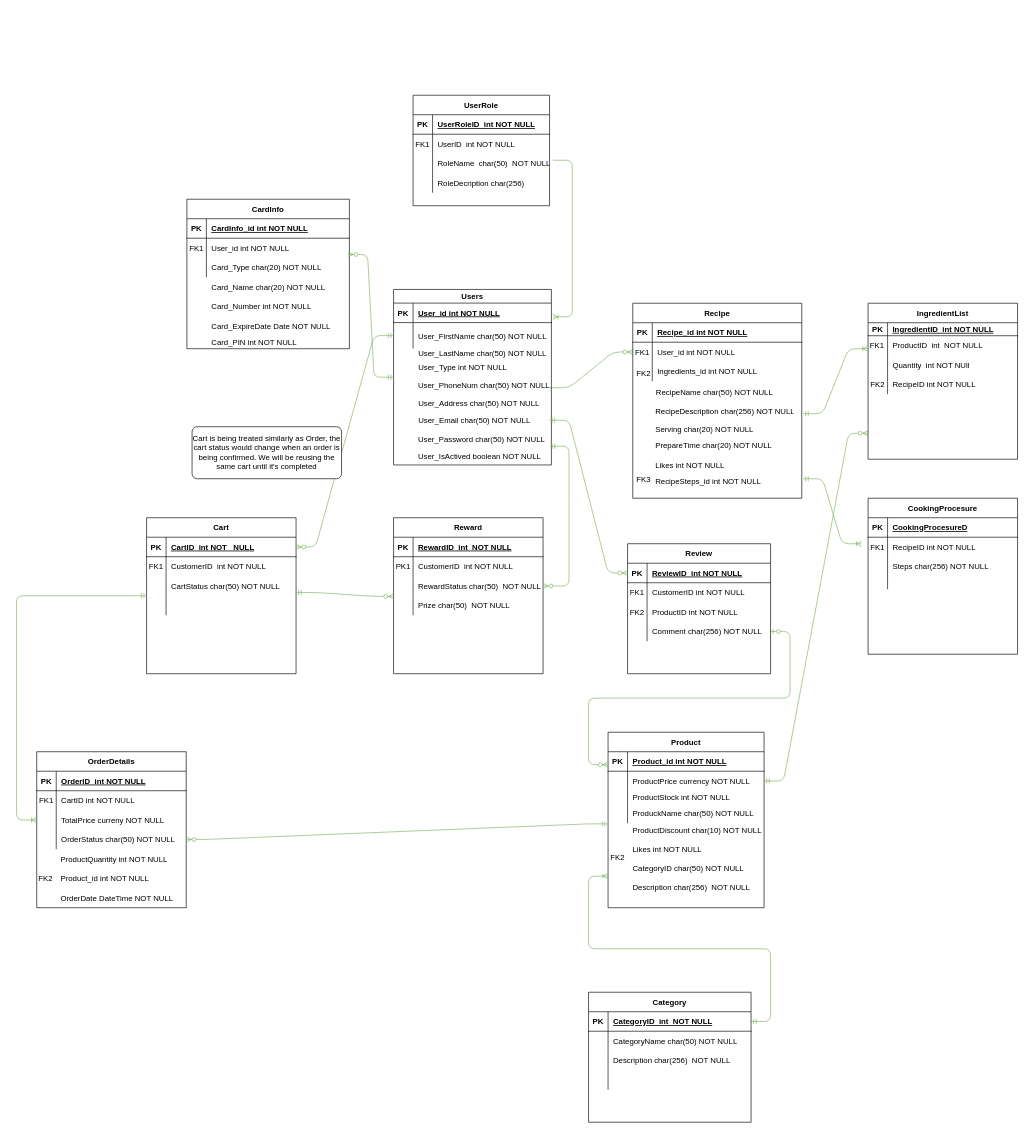
Earlier version of the draw.io diagram page "Page-1" (1 of 2) of ERD.drawio (Wavergg/721SoftwareEngineering). Source tidied: cells renumbered, new cells numbered last; positions are measured from the earlier drawing's top-left corner, leaving out a move shared by most shapes. Both pictures are drawn from the tidied source at 65%, with x=0, y=0 at pixel (16, 95).
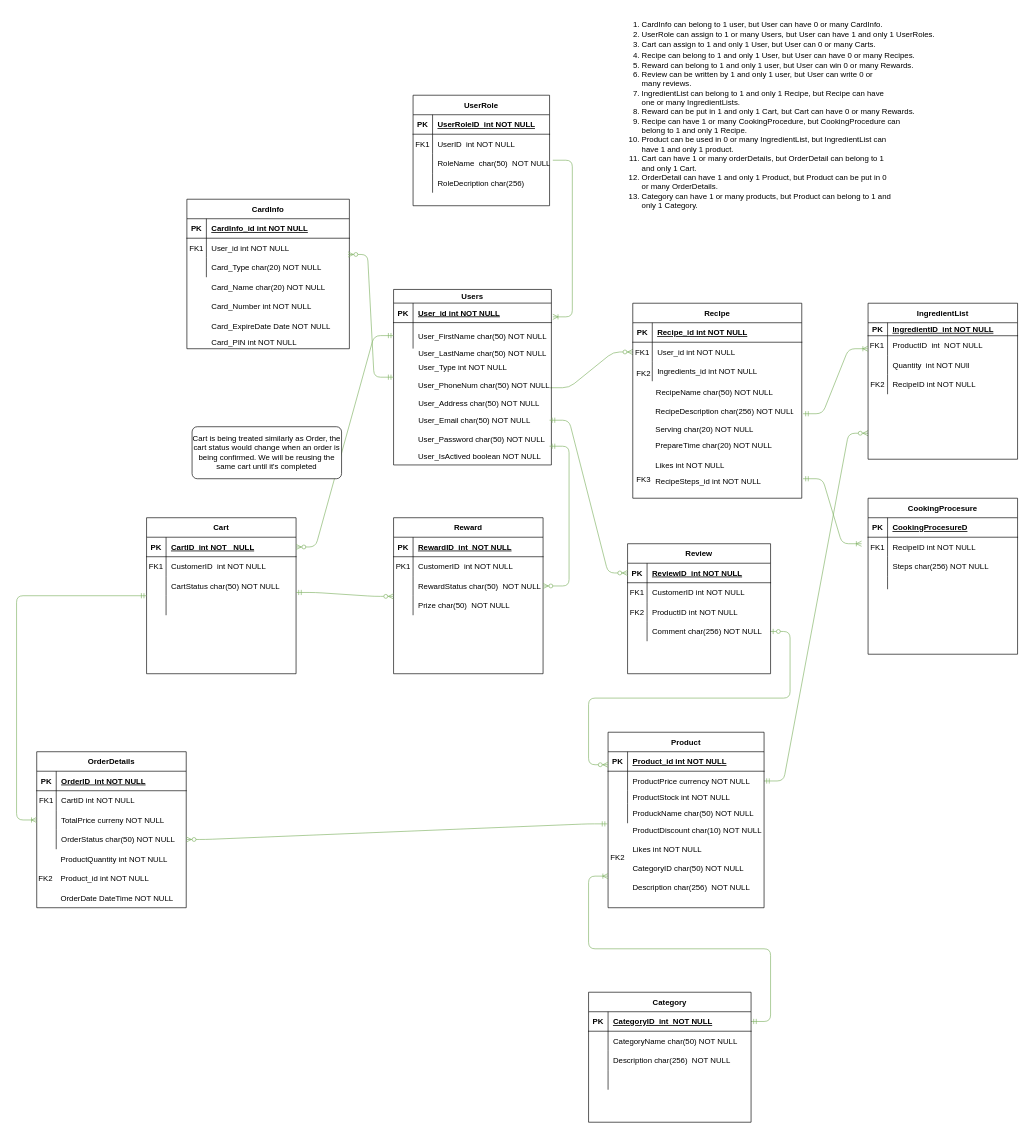
Above is the later version.

The edit, as a diff of the source:
```diff
@@
+    <mxCell id="199" value="&lt;ol&gt;&lt;li&gt;&lt;span lang=&quot;EN-GB&quot;&gt;CardInfo can belong to 1 user, but User can have 0 or many CardInfo.&lt;/span&gt;&lt;span style=&quot;font-size: 10.0pt ; font-family: &amp;#34;calibri&amp;#34; , sans-serif&quot; lang=&quot;EN-GB&quot;&gt;&lt;span&gt;&lt;span style=&quot;font: 7.0pt &amp;#34;times new roman&amp;#34;&quot;&gt;&amp;nbsp;&amp;nbsp; &lt;/span&gt;&lt;/span&gt;&lt;/span&gt;&lt;br&gt;&lt;/li&gt;&lt;li&gt;&lt;span lang=&quot;EN-GB&quot;&gt;UserRole can assign to 1 or many Users, but User can have 1 and only 1 UserRoles.&lt;/span&gt;&lt;span style=&quot;font-size: 10.0pt ; font-family: &amp;#34;calibri&amp;#34; , sans-serif&quot; lang=&quot;EN-GB&quot;&gt;&lt;span&gt;&lt;span style=&quot;font: 7.0pt &amp;#34;times new roman&amp;#34;&quot;&gt; &lt;/span&gt;&lt;/span&gt;&lt;/span&gt;&lt;br&gt;&lt;/li&gt;&lt;li&gt;&lt;span lang=&quot;EN-GB&quot;&gt;Cart can assign to 1 and only 1 User, but User can 0 or many Carts.&lt;/span&gt;&lt;span style=&quot;font-size: 10.0pt ; font-family: &amp;#34;calibri&amp;#34; , sans-serif&quot; lang=&quot;EN-GB&quot;&gt;&lt;span&gt;&lt;span style=&quot;font: 7.0pt &amp;#34;times new roman&amp;#34;&quot;&gt; &lt;/span&gt;&lt;/span&gt;&lt;/span&gt;&lt;br&gt;&lt;/li&gt;&lt;li&gt;&lt;span lang=&quot;EN-GB&quot;&gt;Recipe can belong to 1 and only 1 User, but User can have 0 or many Recipes.&lt;/span&gt;&lt;span style=&quot;font-size: 10.0pt ; font-family: &amp;#34;calibri&amp;#34; , sans-serif&quot; lang=&quot;EN-GB&quot;&gt;&lt;span&gt;&lt;span style=&quot;font: 7.0pt &amp;#34;times new roman&amp;#34;&quot;&gt;&amp;nbsp; &lt;/span&gt;&lt;/span&gt;&lt;/span&gt;&lt;br&gt;&lt;/li&gt;&lt;li&gt;&lt;span lang=&quot;EN-GB&quot;&gt;Reward can belong to 1 and only 1 user, but User can win 0 or many Rewards.&lt;/span&gt;&lt;br&gt;&lt;/li&gt;&lt;li&gt;&lt;span lang=&quot;EN-GB&quot;&gt;Review can be written by 1 and only 1 user, but User can write 0 or&lt;br&gt;many reviews.&lt;/span&gt;&lt;br&gt;&lt;/li&gt;&lt;li&gt;&lt;span lang=&quot;EN-GB&quot;&gt;IngredientList can belong to 1 and only 1 Recipe, but Recipe can have&lt;br&gt;one or many IngredientLists.&lt;/span&gt;&lt;br&gt;&lt;/li&gt;&lt;li&gt;&lt;span lang=&quot;EN-GB&quot;&gt;Reward can be put in 1 and only 1 Cart, but Cart can have 0 or many Rewards.&lt;/span&gt;&lt;br&gt;&lt;/li&gt;&lt;li&gt;&lt;span lang=&quot;EN-GB&quot;&gt;Recipe can have 1 or many CookingProcedure, but CookingProcedure can&lt;br&gt;belong to 1 and only 1 Recipe.&lt;/span&gt;&lt;br&gt;&lt;/li&gt;&lt;li&gt;&lt;span lang=&quot;EN-GB&quot;&gt;Product can be used in 0 or many IngredientList, but IngredientList can&lt;br&gt;have 1 and only 1 product.&lt;/span&gt;&lt;br&gt;&lt;/li&gt;&lt;li&gt;&lt;span lang=&quot;EN-GB&quot;&gt;Cart can have 1 or many orderDetails, but OrderDetail can belong to 1&lt;br&gt;and only 1 Cart.&lt;/span&gt;&lt;br&gt;&lt;/li&gt;&lt;li&gt;&lt;span lang=&quot;EN-GB&quot;&gt;OrderDetail can have 1 and only 1 Product, but Product can be put in 0&lt;br&gt;or many OrderDetails.&lt;/span&gt;&lt;br&gt;&lt;/li&gt;&lt;li&gt;&lt;span lang=&quot;EN-GB&quot;&gt;Category can have 1 or many products, but Product can belong to 1 and&lt;br&gt;only 1 Category.&lt;/span&gt;&lt;br&gt;&lt;/li&gt;&lt;/ol&gt;" style="text;html=1;align=left;verticalAlign=middle;" parent="1" vertex="1">
+      <mxGeometry x="920" y="-125" width="520" height="310" as="geometry" />
+    </mxCell>
```
